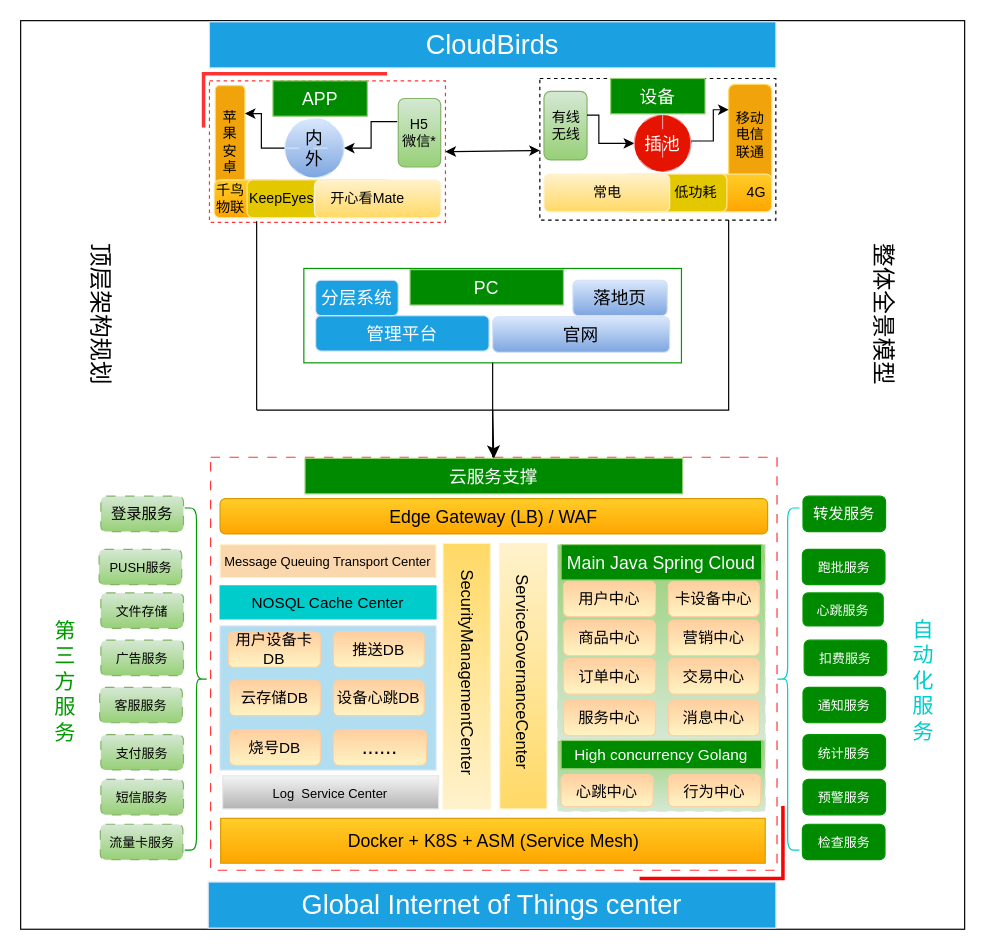
luoyongshun/framework keeps this draw.io diagram as cloudbirds/整体全景模型.drawio. Above is the earlier version. Source tidied: cells renumbered, new cells numbered last; positions are measured from the earlier drawing's top-left corner, leaving out a move shared by most shapes. Both pictures are drawn from the tidied source at 118%, with x=0, y=0 at pixel (-31, 20).
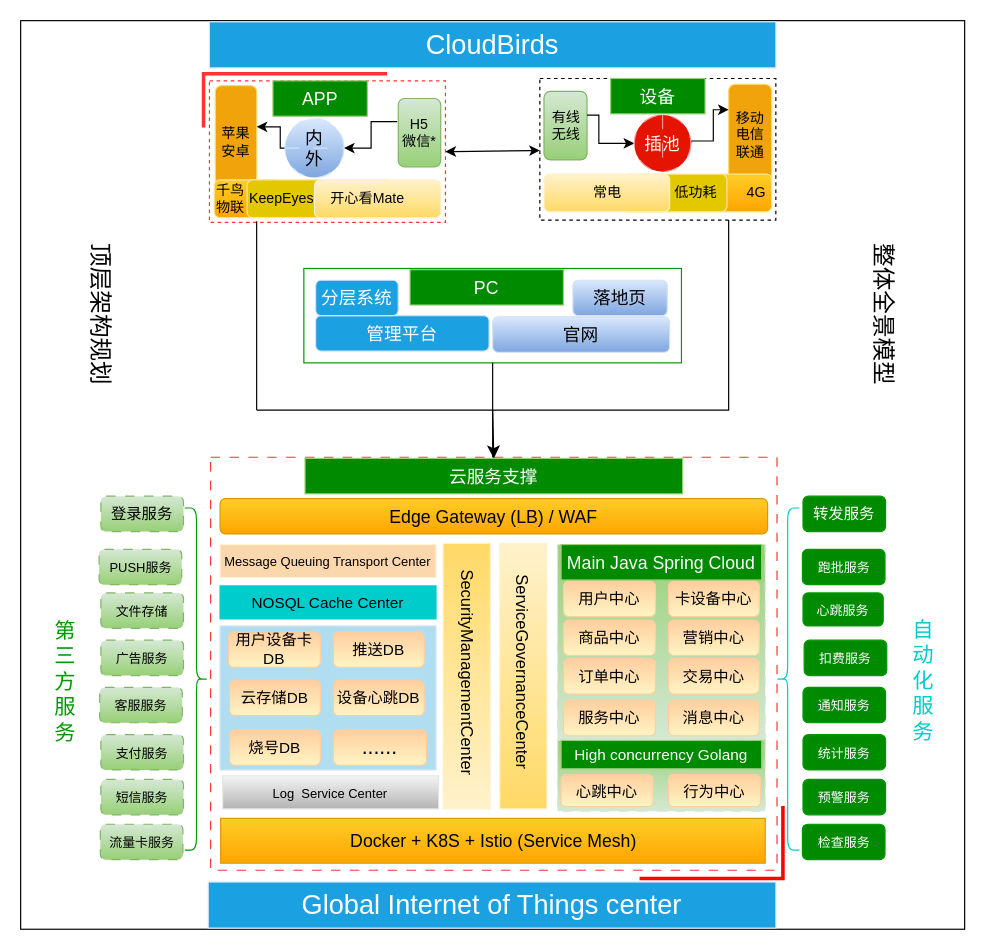
The same diagram, later.

Commit message (it also covers changes not shown here):
更新整体全景模型.drawio

Unchanged cells that the change refers to:
```xml
<mxCell id="33" value="内&lt;br style=&quot;font-size: 15px;&quot;&gt;外" style="shape=lineEllipse;perimeter=ellipsePerimeter;whiteSpace=wrap;html=1;backgroundOutline=1;strokeColor=#CCE5FF;fontSize=15;fillColor=#dae8fc;dashed=1;dashPattern=12 12;gradientColor=#7ea6e0;" parent="1" vertex="1">
  <mxGeometry x="267" y="83" width="50" height="50" as="geometry" />
</mxCell>
```

What changed in the source:
```diff
@@
     <mxCell id="11" value="苹果&lt;br style=&quot;font-size: 12px;&quot;&gt;安卓" style="rounded=1;whiteSpace=wrap;html=1;fontSize=12;fillColor=#f0a30a;strokeColor=#FFD966;fontColor=#000000;" parent="1" vertex="1">
-      <mxGeometry x="208" y="55" width="25" height="95" as="geometry" />
+      <mxGeometry x="208" y="55" width="35" height="95" as="geometry" />
     </mxCell>
@@
-    <mxCell id="32" style="edgeStyle=orthogonalEdgeStyle;rounded=0;jettySize=auto;html=1;entryX=1;entryY=0.25;entryDx=0;entryDy=0;fontSize=16;fontColor=#FF3333;" parent="1" edge="1" source="33" target="11">
-      <mxGeometry relative="1" as="geometry" />
+    <mxCell id="32" style="edgeStyle=orthogonalEdgeStyle;rounded=0;jettySize=auto;html=1;fontSize=16;fontColor=#FF3333;" parent="1" edge="1" source="33">
+      <mxGeometry relative="1" as="geometry">
+        <mxPoint x="243" y="90" as="targetPoint" />
+        <Array as="points">
+          <mxPoint x="263" y="108" />
+          <mxPoint x="263" y="90" />
+          <mxPoint x="243" y="90" />
+        </Array>
+      </mxGeometry>
     </mxCell>
@@
-    <mxCell id="61" value="Docker + K8S + ASM (Service Mesh)" style="rounded=0;whiteSpace=wrap;html=1;strokeColor=#d79b00;fontSize=15;fillColor=#ffcd28;gradientColor=#ffa500;" parent="1" vertex="1">
+    <mxCell id="61" value="Docker + K8S + Istio (Service Mesh)" style="rounded=0;whiteSpace=wrap;html=1;strokeColor=#d79b00;fontSize=15;fillColor=#ffcd28;gradientColor=#ffa500;" parent="1" vertex="1">
       <mxGeometry x="212.5" y="676" width="461.5" height="38" as="geometry" />
     </mxCell>
```
